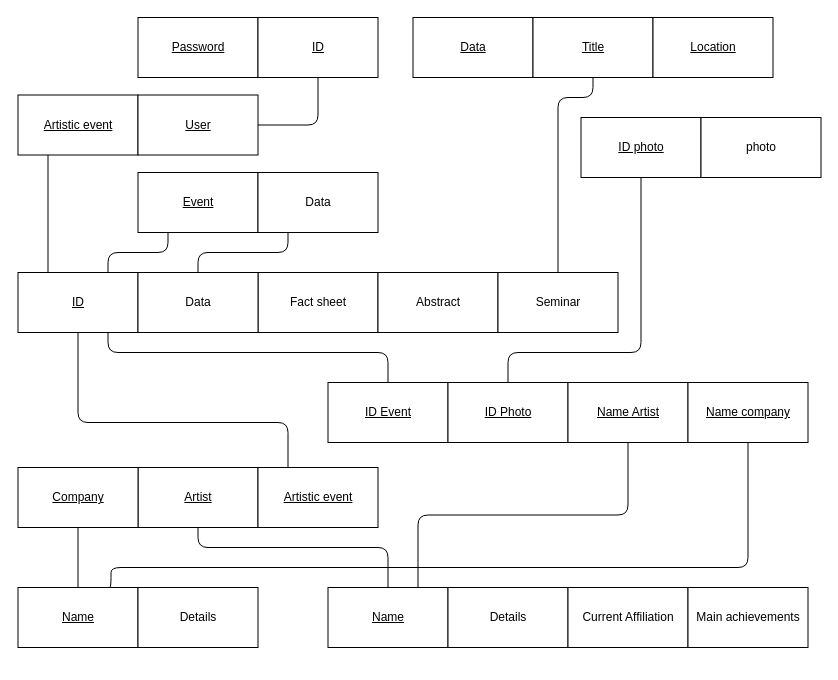
Furcanzo/Hypermedia keeps this draw.io diagram as Design/Schemas/LogicDB.drawio. Above is the earlier version. Source tidied: cells renumbered, new cells numbered last; positions are measured from the earlier drawing's top-left corner, leaving out a move shared by most shapes. Both pictures are drawn from the tidied source at 100%, with x=0, y=0 at pixel (17, 17).
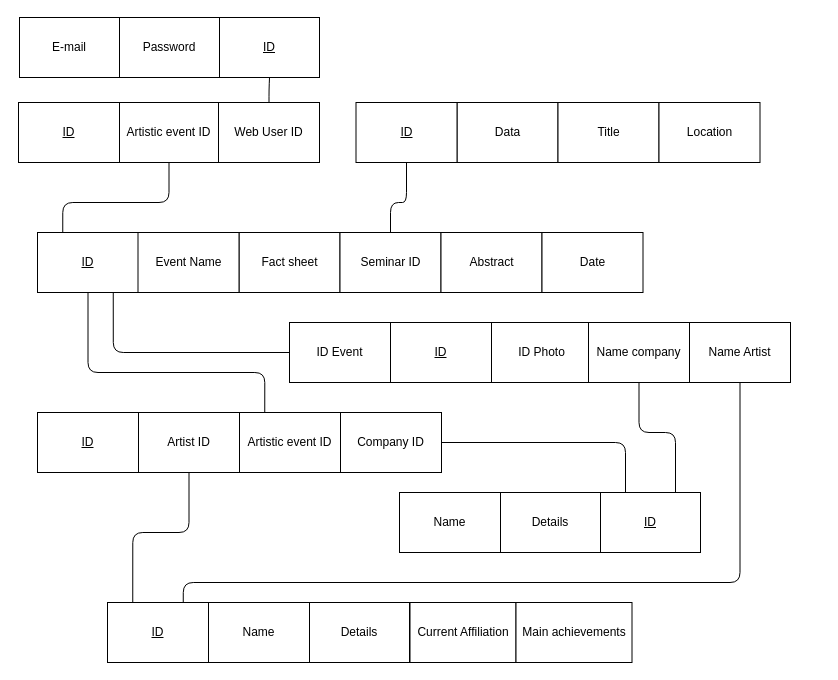
The same diagram, later.

Commit message:
Adjustment after DB schemas creation

The edit, as a diff of the source:
```diff
@@
     <mxCell id="2" value="&lt;u&gt;ID&lt;/u&gt;" style="rounded=0;whiteSpace=wrap;html=1;" parent="1" vertex="1">
-      <mxGeometry x="0.5" y="255" width="120" height="60" as="geometry" />
+      <mxGeometry x="20" y="215" width="101" height="60" as="geometry" />
     </mxCell>
     <mxCell id="3" value="Fact sheet" style="rounded=0;whiteSpace=wrap;html=1;" parent="1" vertex="1">
-      <mxGeometry x="240.5" y="255" width="120" height="60" as="geometry" />
+      <mxGeometry x="221.5" y="215" width="101" height="60" as="geometry" />
     </mxCell>
-    <mxCell id="4" value="Abstract" style="rounded=0;whiteSpace=wrap;html=1;" parent="1" vertex="1">
-      <mxGeometry x="360.5" y="255" width="120" height="60" as="geometry" />
+    <mxCell id="4" value="Seminar ID" style="rounded=0;whiteSpace=wrap;html=1;" parent="1" vertex="1">
+      <mxGeometry x="322.5" y="215" width="101" height="60" as="geometry" />
     </mxCell>
-    <mxCell id="5" value="Seminar" style="rounded=0;whiteSpace=wrap;html=1;" parent="1" vertex="1">
-      <mxGeometry x="480.5" y="255" width="120" height="60" as="geometry" />
+    <mxCell id="5" value="Abstract" style="rounded=0;whiteSpace=wrap;html=1;" parent="1" vertex="1">
+      <mxGeometry x="423.5" y="215" width="101" height="60" as="geometry" />
     </mxCell>
-    <mxCell id="6" value="&lt;u&gt;Artist&lt;/u&gt;" style="rounded=0;whiteSpace=wrap;html=1;" parent="1" vertex="1">
-      <mxGeometry x="120.5" y="450" width="120" height="60" as="geometry" />
+    <mxCell id="6" value="Artist ID" style="rounded=0;whiteSpace=wrap;html=1;" parent="1" vertex="1">
+      <mxGeometry x="121" y="395" width="101" height="60" as="geometry" />
     </mxCell>
-    <mxCell id="7" value="&lt;u&gt;Artistic event&lt;/u&gt;" style="rounded=0;whiteSpace=wrap;html=1;" parent="1" vertex="1">
-      <mxGeometry x="240.5" y="450" width="120" height="60" as="geometry" />
+    <mxCell id="7" value="Artistic event ID" style="rounded=0;whiteSpace=wrap;html=1;" parent="1" vertex="1">
+      <mxGeometry x="222" y="395" width="101" height="60" as="geometry" />
     </mxCell>
     <mxCell id="8" style="endArrow=none;html=1;entryX=0.5;entryY=1;entryDx=0;entryDy=0;exitX=0.25;exitY=0;exitDx=0;exitDy=0;edgeStyle=orthogonalEdgeStyle;" parent="1" edge="1" source="7" target="2">
       <mxGeometry relative="1" as="geometry">
         <Array as="points">
-          <mxPoint x="271" y="405" />
-          <mxPoint x="61" y="405" />
+          <mxPoint x="247" y="355" />
+          <mxPoint x="71" y="355" />
         </Array>
       </mxGeometry>
     </mxCell>
-    <mxCell id="9" value="&lt;u&gt;Name&lt;/u&gt;" style="rounded=0;whiteSpace=wrap;html=1;" parent="1" vertex="1">
-      <mxGeometry x="0.5" y="570" width="120" height="60" as="geometry" />
+    <mxCell id="9" value="Name" style="rounded=0;whiteSpace=wrap;html=1;" parent="1" vertex="1">
+      <mxGeometry x="382" y="475" width="101" height="60" as="geometry" />
     </mxCell>
     <mxCell id="10" value="Details" style="rounded=0;whiteSpace=wrap;html=1;" parent="1" vertex="1">
-      <mxGeometry x="120.5" y="570" width="120" height="60" as="geometry" />
+      <mxGeometry x="483" y="475" width="100" height="60" as="geometry" />
     </mxCell>
-    <mxCell id="11" value="&lt;u&gt;Company&lt;/u&gt;" style="rounded=0;whiteSpace=wrap;html=1;" parent="1" vertex="1">
-      <mxGeometry x="0.5" y="450" width="120" height="60" as="geometry" />
+    <mxCell id="11" value="&lt;u&gt;ID&lt;/u&gt;" style="rounded=0;whiteSpace=wrap;html=1;" parent="1" vertex="1">
+      <mxGeometry x="20" y="395" width="101" height="60" as="geometry" />
     </mxCell>
-    <mxCell id="12" style="endArrow=none;html=1;entryX=0.5;entryY=1;entryDx=0;entryDy=0;exitX=0.5;exitY=0;exitDx=0;exitDy=0;edgeStyle=orthogonalEdgeStyle;" parent="1" edge="1" source="9" target="11">
-      <mxGeometry relative="1" as="geometry" />
+    <mxCell id="12" style="endArrow=none;html=1;entryX=1;entryY=0.5;entryDx=0;entryDy=0;exitX=0.25;exitY=0;exitDx=0;exitDy=0;edgeStyle=orthogonalEdgeStyle;" parent="1" edge="1" source="49" target="48">
+      <mxGeometry relative="1" as="geometry">
+        <Array as="points">
+          <mxPoint x="608" y="425" />
+        </Array>
+      </mxGeometry>
     </mxCell>
-    <mxCell id="13" value="&lt;u&gt;Name&lt;/u&gt;" style="rounded=0;whiteSpace=wrap;html=1;" parent="1" vertex="1">
-      <mxGeometry x="310.5" y="570" width="120" height="60" as="geometry" />
+    <mxCell id="13" value="Name" style="rounded=0;whiteSpace=wrap;html=1;" parent="1" vertex="1">
+      <mxGeometry x="191" y="585" width="101" height="60" as="geometry" />
     </mxCell>
     <mxCell id="14" value="Details" style="rounded=0;whiteSpace=wrap;html=1;" parent="1" vertex="1">
-      <mxGeometry x="430.5" y="570" width="120" height="60" as="geometry" />
+      <mxGeometry x="292" y="585" width="100" height="60" as="geometry" />
     </mxCell>
     <mxCell id="15" value="Current Affiliation" style="rounded=0;whiteSpace=wrap;html=1;" parent="1" vertex="1">
-      <mxGeometry x="550.5" y="570" width="120" height="60" as="geometry" />
+      <mxGeometry x="392.5" y="585" width="106" height="60" as="geometry" />
     </mxCell>
     <mxCell id="16" value="Main achievements" style="rounded=0;whiteSpace=wrap;html=1;" parent="1" vertex="1">
-      <mxGeometry x="670.5" y="570" width="120" height="60" as="geometry" />
+      <mxGeometry x="498.5" y="585" width="116" height="60" as="geometry" />
     </mxCell>
-    <mxCell id="17" style="endArrow=none;html=1;edgeStyle=orthogonalEdgeStyle;entryX=0.5;entryY=0;entryDx=0;entryDy=0;exitX=0.5;exitY=1;exitDx=0;exitDy=0;" parent="1" edge="1" source="6" target="13">
+    <mxCell id="17" style="endArrow=none;html=1;edgeStyle=orthogonalEdgeStyle;entryX=0.25;entryY=0;entryDx=0;entryDy=0;exitX=0.5;exitY=1;exitDx=0;exitDy=0;" parent="1" edge="1" source="6" target="50">
       <mxGeometry relative="1" as="geometry">
         <Array as="points">
-          <mxPoint x="180.5" y="530" />
-          <mxPoint x="370.5" y="530" />
+          <mxPoint x="172" y="515" />
+          <mxPoint x="115" y="515" />
         </Array>
       </mxGeometry>
     </mxCell>
-    <mxCell id="18" value="&lt;u&gt;ID Event&lt;/u&gt;" style="rounded=0;whiteSpace=wrap;html=1;" parent="1" vertex="1">
-      <mxGeometry x="310.5" y="365" width="120" height="60" as="geometry" />
+    <mxCell id="18" value="ID Event" style="rounded=0;whiteSpace=wrap;html=1;" parent="1" vertex="1">
+      <mxGeometry x="272" y="305" width="101" height="60" as="geometry" />
     </mxCell>
-    <mxCell id="19" value="&lt;u&gt;ID Photo&lt;/u&gt;" style="rounded=0;whiteSpace=wrap;html=1;" parent="1" vertex="1">
-      <mxGeometry x="430.5" y="365" width="120" height="60" as="geometry" />
+    <mxCell id="19" value="ID Photo" style="rounded=0;whiteSpace=wrap;html=1;" parent="1" vertex="1">
+      <mxGeometry x="474" y="305" width="101" height="60" as="geometry" />
     </mxCell>
-    <mxCell id="20" value="&lt;u&gt;Name Artist&lt;/u&gt;" style="rounded=0;whiteSpace=wrap;html=1;" parent="1" vertex="1">
-      <mxGeometry x="550.5" y="365" width="120" height="60" as="geometry" />
+    <mxCell id="20" value="Name Artist" style="rounded=0;whiteSpace=wrap;html=1;" parent="1" vertex="1">
+      <mxGeometry x="672" y="305" width="101" height="60" as="geometry" />
     </mxCell>
-    <mxCell id="21" value="&lt;u&gt;Name company&lt;/u&gt;" style="rounded=0;whiteSpace=wrap;html=1;" parent="1" vertex="1">
-      <mxGeometry x="670.5" y="365" width="120" height="60" as="geometry" />
+    <mxCell id="21" value="Name company" style="rounded=0;whiteSpace=wrap;html=1;" parent="1" vertex="1">
+      <mxGeometry x="571" y="305" width="101" height="60" as="geometry" />
     </mxCell>
-    <mxCell id="22" style="endArrow=none;html=1;entryX=0.5;entryY=0;entryDx=0;entryDy=0;exitX=0.75;exitY=1;exitDx=0;exitDy=0;edgeStyle=orthogonalEdgeStyle;" parent="1" edge="1" source="2" target="18">
+    <mxCell id="22" style="endArrow=none;html=1;exitX=0.75;exitY=1;exitDx=0;exitDy=0;edgeStyle=orthogonalEdgeStyle;entryX=0;entryY=0.5;entryDx=0;entryDy=0;" parent="1" edge="1" source="2" target="18">
       <mxGeometry relative="1" as="geometry">
         <Array as="points">
-          <mxPoint x="91" y="335" />
-          <mxPoint x="371" y="335" />
+          <mxPoint x="96" y="335" />
         </Array>
       </mxGeometry>
     </mxCell>
-    <mxCell id="23" value="&lt;u&gt;ID photo&lt;/u&gt;" style="rounded=0;whiteSpace=wrap;html=1;" parent="1" vertex="1">
-      <mxGeometry x="563.5" y="100" width="120" height="60" as="geometry" />
-    </mxCell>
-    <mxCell id="24" value="photo" style="rounded=0;whiteSpace=wrap;html=1;" parent="1" vertex="1">
-      <mxGeometry x="683.5" y="100" width="120" height="60" as="geometry" />
-    </mxCell>
-    <mxCell id="25" style="endArrow=none;html=1;entryX=0.5;entryY=0;entryDx=0;entryDy=0;exitX=0.5;exitY=1;exitDx=0;exitDy=0;edgeStyle=orthogonalEdgeStyle;" parent="1" edge="1" source="23" target="19">
-      <mxGeometry relative="1" as="geometry">
-        <Array as="points">
-          <mxPoint x="624" y="335" />
-          <mxPoint x="491" y="335" />
-        </Array>
-      </mxGeometry>
-    </mxCell>
-    <mxCell id="26" style="endArrow=none;html=1;entryX=0.5;entryY=1;entryDx=0;entryDy=0;exitX=0.75;exitY=0;exitDx=0;exitDy=0;edgeStyle=orthogonalEdgeStyle;" parent="1" edge="1" source="13" target="20">
-      <mxGeometry relative="1" as="geometry" />
+    <mxCell id="26" style="endArrow=none;html=1;entryX=0.5;entryY=1;entryDx=0;entryDy=0;exitX=0.75;exitY=0;exitDx=0;exitDy=0;edgeStyle=orthogonalEdgeStyle;" parent="1" edge="1" source="50" target="20">
+      <mxGeometry relative="1" as="geometry">
+        <Array as="points">
+          <mxPoint x="166" y="565" />
+          <mxPoint x="723" y="565" />
+        </Array>
+      </mxGeometry>
     </mxCell>
-    <mxCell id="27" style="endArrow=none;html=1;entryX=0.5;entryY=1;entryDx=0;entryDy=0;exitX=0.75;exitY=0;exitDx=0;exitDy=0;edgeStyle=orthogonalEdgeStyle;" parent="1" edge="1" source="9" target="21">
+    <mxCell id="27" style="endArrow=none;html=1;entryX=0.5;entryY=1;entryDx=0;entryDy=0;exitX=0.75;exitY=0;exitDx=0;exitDy=0;edgeStyle=orthogonalEdgeStyle;" parent="1" edge="1" source="49" target="21">
       <mxGeometry relative="1" as="geometry">
         <Array as="points">
-          <mxPoint x="93.5" y="570" />
-          <mxPoint x="93.5" y="550" />
-          <mxPoint x="730.5" y="550" />
+          <mxPoint x="658" y="415" />
+          <mxPoint x="622" y="415" />
         </Array>
       </mxGeometry>
     </mxCell>
-    <mxCell id="28" value="&lt;u&gt;Data&lt;/u&gt;" style="rounded=0;whiteSpace=wrap;html=1;" parent="1" vertex="1">
-      <mxGeometry x="395.5" width="120" height="60" as="geometry" />
+    <mxCell id="28" value="Data" style="rounded=0;whiteSpace=wrap;html=1;" parent="1" vertex="1">
+      <mxGeometry x="439.5" y="85" width="101" height="60" as="geometry" />
     </mxCell>
-    <mxCell id="29" value="&lt;u&gt;Title&lt;/u&gt;" style="rounded=0;whiteSpace=wrap;html=1;" parent="1" vertex="1">
-      <mxGeometry x="515.5" width="120" height="60" as="geometry" />
+    <mxCell id="29" value="Title" style="rounded=0;whiteSpace=wrap;html=1;" parent="1" vertex="1">
+      <mxGeometry x="540.5" y="85" width="101" height="60" as="geometry" />
     </mxCell>
-    <mxCell id="30" style="endArrow=none;html=1;exitX=0.5;exitY=0;exitDx=0;exitDy=0;entryX=0.5;entryY=1;entryDx=0;entryDy=0;edgeStyle=orthogonalEdgeStyle;" parent="1" edge="1" source="5" target="29">
+    <mxCell id="30" style="endArrow=none;html=1;exitX=0.5;exitY=0;exitDx=0;exitDy=0;entryX=0.5;entryY=1;entryDx=0;entryDy=0;edgeStyle=orthogonalEdgeStyle;" parent="1" edge="1" source="4" target="46">
       <mxGeometry relative="1" as="geometry">
         <Array as="points">
-          <mxPoint x="540.5" y="80" />
-          <mxPoint x="575.5" y="80" />
+          <mxPoint x="373" y="185" />
+          <mxPoint x="389" y="185" />
         </Array>
       </mxGeometry>
     </mxCell>
-    <mxCell id="31" value="&lt;u&gt;Location&lt;/u&gt;" style="rounded=0;whiteSpace=wrap;html=1;" parent="1" vertex="1">
-      <mxGeometry x="635.5" width="120" height="60" as="geometry" />
+    <mxCell id="31" value="Location" style="rounded=0;whiteSpace=wrap;html=1;" parent="1" vertex="1">
+      <mxGeometry x="641.5" y="85" width="101" height="60" as="geometry" />
     </mxCell>
-    <mxCell id="32" value="Data" style="rounded=0;whiteSpace=wrap;html=1;" parent="1" vertex="1">
-      <mxGeometry x="120.5" y="255" width="120" height="60" as="geometry" />
+    <mxCell id="32" value="Event Name" style="rounded=0;whiteSpace=wrap;html=1;" parent="1" vertex="1">
+      <mxGeometry x="120.5" y="215" width="101" height="60" as="geometry" />
     </mxCell>
-    <mxCell id="33" value="&lt;u&gt;Event&lt;/u&gt;" style="rounded=0;whiteSpace=wrap;html=1;" parent="1" vertex="1">
-      <mxGeometry x="120.5" y="155" width="120" height="60" as="geometry" />
-    </mxCell>
-    <mxCell id="34" value="Data" style="rounded=0;whiteSpace=wrap;html=1;" parent="1" vertex="1">
-      <mxGeometry x="240.5" y="155" width="120" height="60" as="geometry" />
-    </mxCell>
-    <mxCell id="35" style="endArrow=none;html=1;entryX=0.25;entryY=1;entryDx=0;entryDy=0;exitX=0.75;exitY=0;exitDx=0;exitDy=0;edgeStyle=orthogonalEdgeStyle;" parent="1" edge="1" source="2" target="33">
-      <mxGeometry relative="1" as="geometry" />
-    </mxCell>
-    <mxCell id="36" style="endArrow=none;html=1;entryX=0.25;entryY=1;entryDx=0;entryDy=0;exitX=0.5;exitY=0;exitDx=0;exitDy=0;edgeStyle=orthogonalEdgeStyle;" parent="1" edge="1" source="32" target="34">
-      <mxGeometry relative="1" as="geometry" />
-    </mxCell>
-    <mxCell id="37" value="&lt;u&gt;Artistic event&lt;/u&gt;" style="rounded=0;whiteSpace=wrap;html=1;" parent="1" vertex="1">
-      <mxGeometry x="0.5" y="77.5" width="120" height="60" as="geometry" />
+    <mxCell id="37" value="Artistic event ID" style="rounded=0;whiteSpace=wrap;html=1;" parent="1" vertex="1">
+      <mxGeometry x="102" y="85" width="99" height="60" as="geometry" />
     </mxCell>
-    <mxCell id="38" value="&lt;u&gt;User&lt;/u&gt;" style="rounded=0;whiteSpace=wrap;html=1;" parent="1" vertex="1">
-      <mxGeometry x="120.5" y="77.5" width="120" height="60" as="geometry" />
+    <mxCell id="38" value="Web User ID" style="rounded=0;whiteSpace=wrap;html=1;" parent="1" vertex="1">
+      <mxGeometry x="201" y="85" width="101" height="60" as="geometry" />
     </mxCell>
-    <mxCell id="39" value="&lt;u&gt;Password&lt;/u&gt;" style="rounded=0;whiteSpace=wrap;html=1;" parent="1" vertex="1">
-      <mxGeometry x="120.5" width="120" height="60" as="geometry" />
+    <mxCell id="39" value="Password" style="rounded=0;whiteSpace=wrap;html=1;" parent="1" vertex="1">
+      <mxGeometry x="102" width="100" height="60" as="geometry" />
     </mxCell>
     <mxCell id="40" value="&lt;u&gt;ID&lt;/u&gt;" style="rounded=0;whiteSpace=wrap;html=1;" parent="1" vertex="1">
-      <mxGeometry x="240.5" width="120" height="60" as="geometry" />
+      <mxGeometry x="202" width="100" height="60" as="geometry" />
     </mxCell>
-    <mxCell id="41" style="endArrow=none;html=1;entryX=0.25;entryY=1;entryDx=0;entryDy=0;exitX=0.25;exitY=0;exitDx=0;exitDy=0;edgeStyle=orthogonalEdgeStyle;" parent="1" edge="1" source="2" target="37">
-      <mxGeometry relative="1" as="geometry" />
+    <mxCell id="41" style="endArrow=none;html=1;entryX=0.5;entryY=1;entryDx=0;entryDy=0;exitX=0.25;exitY=0;exitDx=0;exitDy=0;edgeStyle=orthogonalEdgeStyle;" parent="1" edge="1" source="2" target="37">
+      <mxGeometry relative="1" as="geometry">
+        <Array as="points">
+          <mxPoint x="45" y="185" />
+          <mxPoint x="152" y="185" />
+        </Array>
+      </mxGeometry>
     </mxCell>
-    <mxCell id="42" style="endArrow=none;html=1;exitX=1;exitY=0.5;exitDx=0;exitDy=0;entryX=0.5;entryY=1;entryDx=0;entryDy=0;edgeStyle=orthogonalEdgeStyle;" parent="1" edge="1" source="38" target="40">
+    <mxCell id="42" style="endArrow=none;html=1;exitX=0.5;exitY=0;exitDx=0;exitDy=0;entryX=0.5;entryY=1;entryDx=0;entryDy=0;edgeStyle=orthogonalEdgeStyle;" parent="1" edge="1" source="38" target="40">
       <mxGeometry relative="1" as="geometry" />
     </mxCell>
+    <mxCell id="43" value="E-mail" style="rounded=0;whiteSpace=wrap;html=1;" parent="1" vertex="1">
+      <mxGeometry x="2" width="100" height="60" as="geometry" />
+    </mxCell>
+    <mxCell id="44" value="&lt;u&gt;ID&lt;/u&gt;" style="rounded=0;whiteSpace=wrap;html=1;" parent="1" vertex="1">
+      <mxGeometry x="1" y="85" width="101" height="60" as="geometry" />
+    </mxCell>
+    <mxCell id="45" value="Date" style="rounded=0;whiteSpace=wrap;html=1;" parent="1" vertex="1">
+      <mxGeometry x="524.5" y="215" width="101" height="60" as="geometry" />
+    </mxCell>
+    <mxCell id="46" value="&lt;u&gt;ID&lt;/u&gt;" style="rounded=0;whiteSpace=wrap;html=1;" parent="1" vertex="1">
+      <mxGeometry x="338.5" y="85" width="101" height="60" as="geometry" />
+    </mxCell>
+    <mxCell id="47" value="&lt;u&gt;ID&lt;/u&gt;" style="rounded=0;whiteSpace=wrap;html=1;" parent="1" vertex="1">
+      <mxGeometry x="373" y="305" width="101" height="60" as="geometry" />
+    </mxCell>
+    <mxCell id="48" value="Company ID" style="rounded=0;whiteSpace=wrap;html=1;" parent="1" vertex="1">
+      <mxGeometry x="323" y="395" width="101" height="60" as="geometry" />
+    </mxCell>
+    <mxCell id="49" value="&lt;u&gt;ID&lt;/u&gt;" style="rounded=0;whiteSpace=wrap;html=1;" parent="1" vertex="1">
+      <mxGeometry x="583" y="475" width="100" height="60" as="geometry" />
+    </mxCell>
+    <mxCell id="50" value="&lt;u&gt;ID&lt;/u&gt;" style="rounded=0;whiteSpace=wrap;html=1;" parent="1" vertex="1">
+      <mxGeometry x="90" y="585" width="101" height="60" as="geometry" />
+    </mxCell>
```
